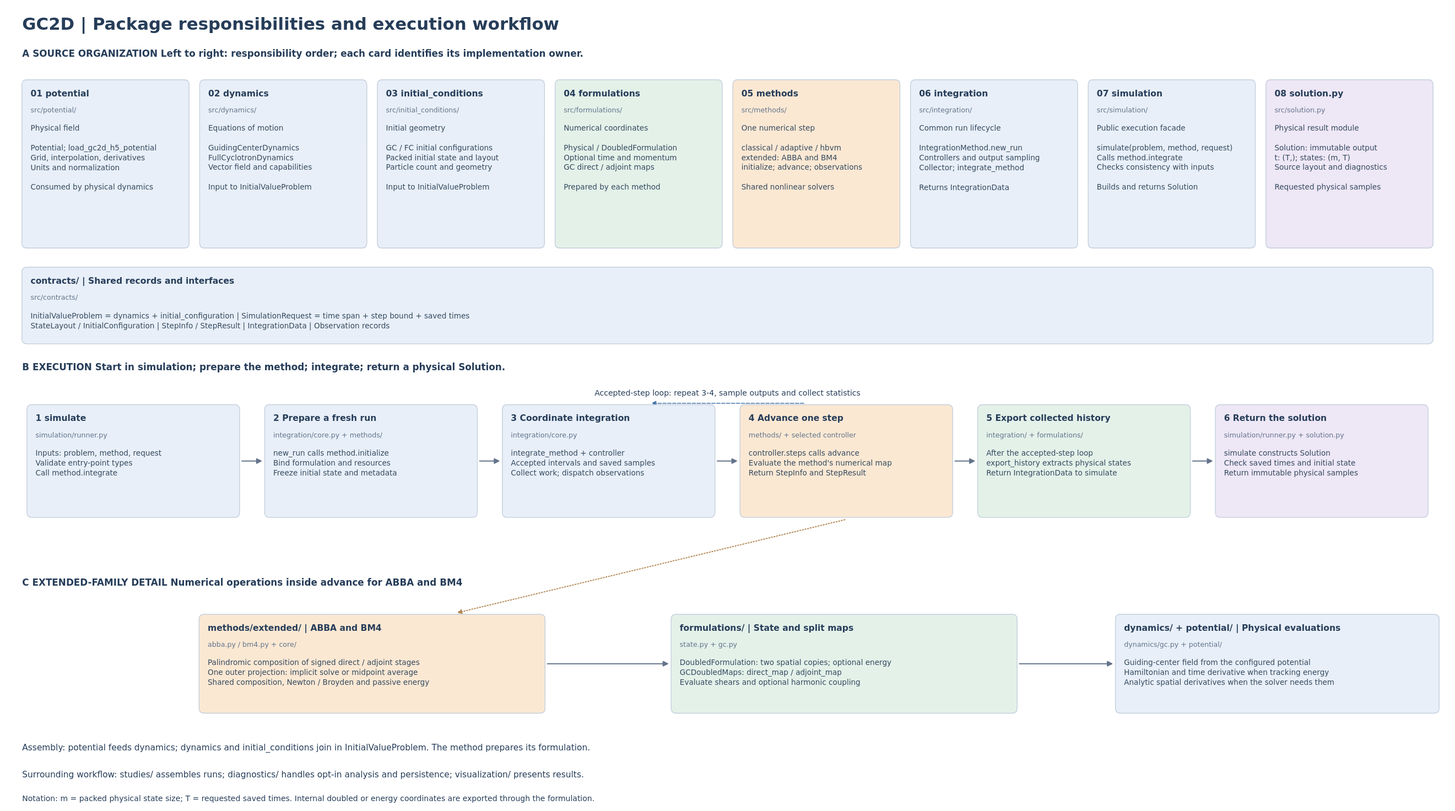
Above: docs/simulation/package-workflow-architecture.svg in Jugibe-52/GC2D_intranet (PlantUML), before the change. Its source is kept beside it as docs/simulation/package-workflow-architecture.puml.
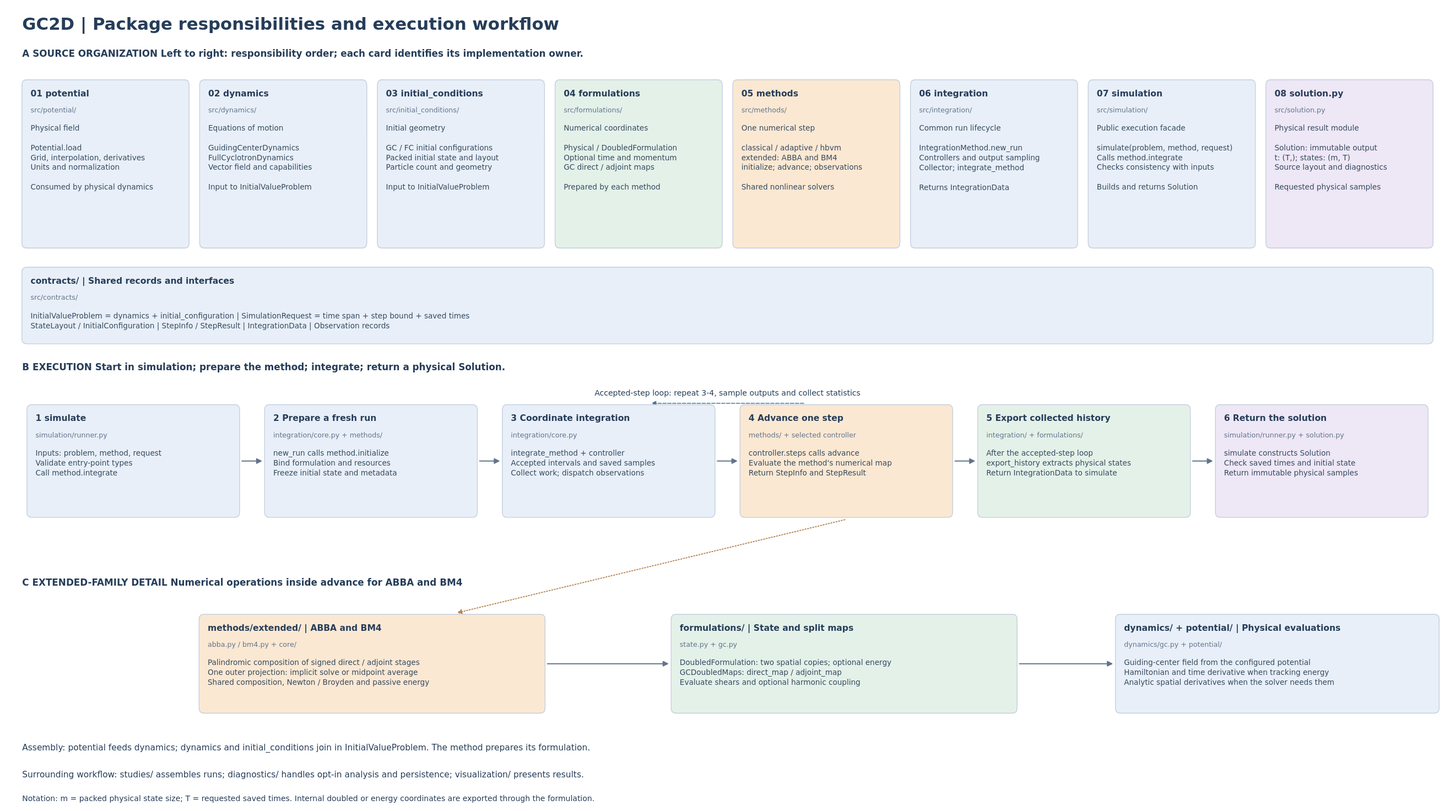
After the change.

What changed in the source:
```diff
@@ -3,7 +3,7 @@
   graph [layout=neato, overlap=true, splines=polyline, bgcolor="white"];
   node [shape=box, style="rounded,filled", fontname="DejaVu Sans", fontsize=11, pin=true];
   edge [color="#64748B", penwidth=1.5, arrowsize=0.7];
-  package_0 [pos="1.9,11.65!", width=2.98, height=3.0, fillcolor="#E8EFF8", color="#C4CFDC", label=<<TABLE BORDER="0" CELLBORDER="0" CELLPADDING="5"><TR><TD ALIGN="LEFT"><B>01  potential</B></TD></TR><TR><TD ALIGN="LEFT"><FONT POINT-SIZE="9" COLOR="#62748C">src/potential/</FONT></TD></TR><TR><TD ALIGN="LEFT"><FONT POINT-SIZE="10">Physical field<BR ALIGN="LEFT"/><BR ALIGN="LEFT"/>Potential; load_gc2d_h5_potential<BR ALIGN="LEFT"/>Grid, interpolation, derivatives<BR ALIGN="LEFT"/>Units and normalization<BR ALIGN="LEFT"/><BR ALIGN="LEFT"/>Consumed by physical dynamics</FONT></TD></TR></TABLE>>];
+  package_0 [pos="1.9,11.65!", width=2.98, height=3.0, fillcolor="#E8EFF8", color="#C4CFDC", label=<<TABLE BORDER="0" CELLBORDER="0" CELLPADDING="5"><TR><TD ALIGN="LEFT"><B>01  potential</B></TD></TR><TR><TD ALIGN="LEFT"><FONT POINT-SIZE="9" COLOR="#62748C">src/potential/</FONT></TD></TR><TR><TD ALIGN="LEFT"><FONT POINT-SIZE="10">Physical field<BR ALIGN="LEFT"/><BR ALIGN="LEFT"/>Potential.load<BR ALIGN="LEFT"/>Grid, interpolation, derivatives<BR ALIGN="LEFT"/>Units and normalization<BR ALIGN="LEFT"/><BR ALIGN="LEFT"/>Consumed by physical dynamics</FONT></TD></TR></TABLE>>];
   package_1 [pos="5.1,11.65!", width=2.98, height=3.0, fillcolor="#E8EFF8", color="#C4CFDC", label=<<TABLE BORDER="0" CELLBORDER="0" CELLPADDING="5"><TR><TD ALIGN="LEFT"><B>02  dynamics</B></TD></TR><TR><TD ALIGN="LEFT"><FONT POINT-SIZE="9" COLOR="#62748C">src/dynamics/</FONT></TD></TR><TR><TD ALIGN="LEFT"><FONT POINT-SIZE="10">Equations of motion<BR ALIGN="LEFT"/><BR ALIGN="LEFT"/>GuidingCenterDynamics<BR ALIGN="LEFT"/>FullCyclotronDynamics<BR ALIGN="LEFT"/>Vector field and capabilities<BR ALIGN="LEFT"/><BR ALIGN="LEFT"/>Input to InitialValueProblem</FONT></TD></TR></TABLE>>];
   package_2 [pos="8.3,11.65!", width=2.98, height=3.0, fillcolor="#E8EFF8", color="#C4CFDC", label=<<TABLE BORDER="0" CELLBORDER="0" CELLPADDING="5"><TR><TD ALIGN="LEFT"><B>03  initial_conditions</B></TD></TR><TR><TD ALIGN="LEFT"><FONT POINT-SIZE="9" COLOR="#62748C">src/initial_conditions/</FONT></TD></TR><TR><TD ALIGN="LEFT"><FONT POINT-SIZE="10">Initial geometry<BR ALIGN="LEFT"/><BR ALIGN="LEFT"/>GC / FC initial configurations<BR ALIGN="LEFT"/>Packed initial state and layout<BR ALIGN="LEFT"/>Particle count and geometry<BR ALIGN="LEFT"/><BR ALIGN="LEFT"/>Input to InitialValueProblem</FONT></TD></TR></TABLE>>];
   package_3 [pos="11.500000000000002,11.65!", width=2.98, height=3.0, fillcolor="#E4F1E9", color="#C4CFDC", label=<<TABLE BORDER="0" CELLBORDER="0" CELLPADDING="5"><TR><TD ALIGN="LEFT"><B>04  formulations</B></TD></TR><TR><TD ALIGN="LEFT"><FONT POINT-SIZE="9" COLOR="#62748C">src/formulations/</FONT></TD></TR><TR><TD ALIGN="LEFT"><FONT POINT-SIZE="10">Numerical coordinates<BR ALIGN="LEFT"/><BR ALIGN="LEFT"/>Physical / DoubledFormulation<BR ALIGN="LEFT"/>Optional time and momentum<BR ALIGN="LEFT"/>GC direct / adjoint maps<BR ALIGN="LEFT"/><BR ALIGN="LEFT"/>Prepared by each method</FONT></TD></TR></TABLE>>];
```
